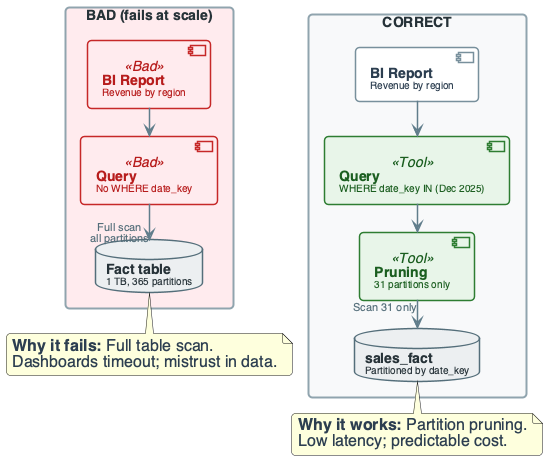
Before: diagrams/week05/week5_lecture_bad_architecture.png, a diagram exported from PlantUML (OrPerets/data-engineering-course). The source it was exported from:
```plantuml
@startuml

top to bottom direction
skinparam linetype ortho
skinparam shadowing false
skinparam roundcorner 8
skinparam handwritten false
skinparam nodesep 24
skinparam ranksep 28

skinparam defaultFontName "Segoe UI, Helvetica, sans-serif"
skinparam defaultFontSize 16
skinparam defaultFontColor #2C3E50

skinparam rectangle {
    BackgroundColor #F8F9FA
    BorderColor #90A4AE
    BorderThickness 2
    FontColor #263238
    FontSize 14
    FontStyle bold
    Padding 20
}

skinparam component {
    BackgroundColor #FFFFFF
    BorderColor #78909C
    BorderThickness 1.5
    FontSize 14
    Padding 12
}

skinparam database {
    BackgroundColor #ECEFF1
    BorderColor #546E7A
    BorderThickness 1.5
    FontSize 14
    FontColor #263238
}

skinparam arrow {
    Color #607D8B
    Thickness 1.5
    FontSize 11
    FontColor #546E7A
}

skinparam component<<UI>> {
    BorderColor #8E24AA
    BackgroundColor #F3E5F5
    FontColor #4A148C
}

skinparam component<<Agent>> {
    BorderColor #0288D1
    BackgroundColor #E1F5FE
    FontColor #01579B
}

skinparam component<<Tool>> {
    BorderColor #2E7D32
    BackgroundColor #E8F5E9
    FontColor #1B5E20
}

skinparam component<<Config>> {
    BorderColor #F57C00
    BackgroundColor #FFF3E0
    FontColor #E65100
}

skinparam component<<Bad>> {
    BorderColor #C62828
    BackgroundColor #FFEBEE
    FontColor #B71C1C
}

skinparam component<<V1>> {
    BorderColor #F57C00
    BackgroundColor #FFF3E0
    FontColor #E65100
}

skinparam component<<V2>> {
    BorderColor #2E7D32
    BackgroundColor #E8F5E9
    FontColor #1B5E20
}

skinparam component<<up>> {
    BackgroundColor #E8F5E9
    BorderColor #2E7D32
}

skinparam component<<down>> {
    BackgroundColor #FFEBEE
    BorderColor #C62828
}

skinparam database<<up>> {
    BackgroundColor #E8F5E9
    BorderColor #2E7D32
}

skinparam database<<down>> {
    BackgroundColor #FFEBEE
    BorderColor #C62828
}

skinparam component<<success>> {
    BackgroundColor #E8F5E9
    BorderColor #2E7D32
}

skinparam component<<failure>> {
    BackgroundColor #FFEBEE
    BorderColor #C62828
}


rectangle "BAD (fails at scale)" #FFEBEE {
    component "**BI Report**\n<size:10>Revenue by region</size>" as BI_BAD <<Bad>>
    component "**Query**\n<size:10>No WHERE date_key</size>" as Q_BAD <<Bad>>
    database "**Fact table**\n<size:10>1 TB, 365 partitions</size>" as FACT_BAD
}
BI_BAD --> Q_BAD
Q_BAD --> FACT_BAD : "Full scan\nall partitions"

rectangle "CORRECT" #F8F9FA {
    component "**BI Report**\n<size:10>Revenue by region</size>" as BI_OK
    component "**Query**\n<size:10>WHERE date_key IN (Dec 2025)</size>" as Q_OK <<Tool>>
    component "**Pruning**\n<size:10>31 partitions only</size>" as PRUNE <<Tool>>
    database "**sales_fact**\n<size:10>Partitioned by date_key</size>" as FACT_OK
}
BI_OK --> Q_OK
Q_OK --> PRUNE
PRUNE --> FACT_OK : "Scan 31 only"

note bottom of FACT_BAD
  **Why it fails:** Full table scan.
  Dashboards timeout; mistrust in data.
end note

note bottom of FACT_OK
  **Why it works:** Partition pruning.
  Low latency; predictable cost.
end note

@enduml
```
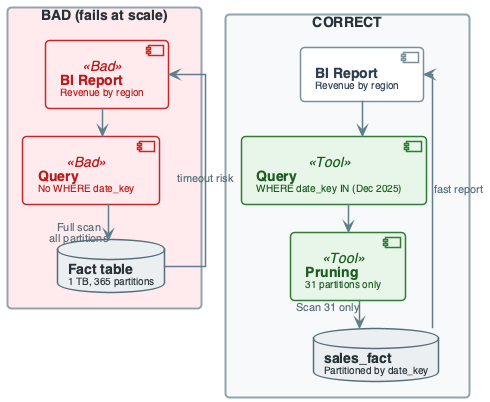
The same diagram one commit later.

The edit, as a diff of the source:
```diff
@@ -135,15 +135,7 @@
 BI_OK --> Q_OK
 Q_OK --> PRUNE
 PRUNE --> FACT_OK : "Scan 31 only"
-
-note bottom of FACT_BAD
-  **Why it fails:** Full table scan.
-  Dashboards timeout; mistrust in data.
-end note
-
-note bottom of FACT_OK
-  **Why it works:** Partition pruning.
-  Low latency; predictable cost.
-end note
+FACT_BAD --> BI_BAD : "timeout risk"
+FACT_OK --> BI_OK : "fast report"
 
 @enduml
```
